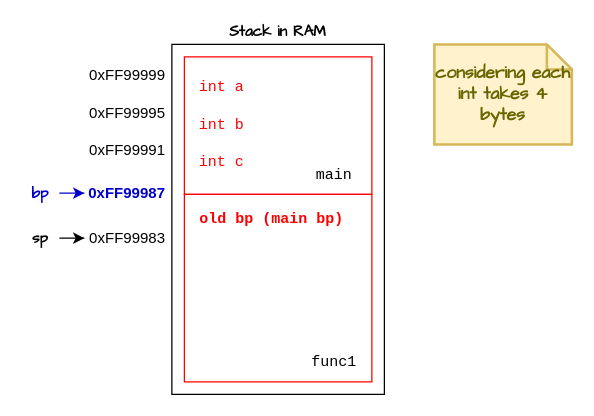
The draw.io diagram page "calling-fuctions-part3" (4 of 6) of operating-systems/images/the-stack.drawio in rochards/learning-cs, before the edit. Source tidied: cells renumbered, new cells numbered last; positions are measured from the earlier drawing's top-left corner, leaving out a move shared by most shapes. Both pictures are drawn from the tidied source at 125%, with x=0, y=0 at pixel (21, 44).
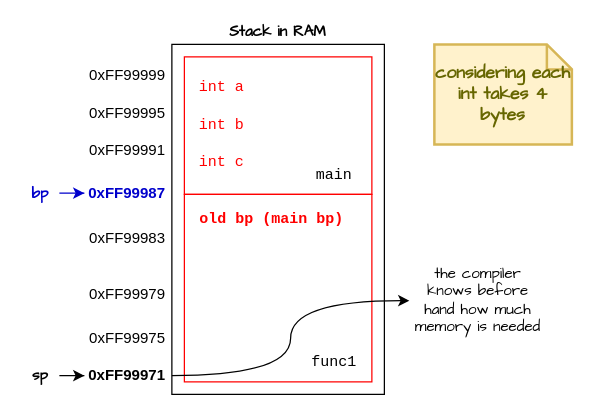
The same diagram, later.

The change refers to these unchanged cells:
```xml
<mxCell id="20" value="0xFF99983" style="text;html=1;align=right;verticalAlign=middle;whiteSpace=wrap;rounded=0;fontStyle=0;spacingRight=3;fontColor=#000000;" parent="1" vertex="1">
  <mxGeometry x="50" y="140" width="70" height="30" as="geometry" />
</mxCell>
```

Diff of the diagram source:
```diff
@@
-    <mxCell id="3" style="edgeStyle=orthogonalEdgeStyle;rounded=0;jettySize=auto;html=1;entryX=0;entryY=0.5;entryDx=0;entryDy=0;" parent="1" edge="1" source="4" target="20">
-      <mxGeometry relative="1" as="geometry" />
-    </mxCell>
-    <mxCell id="4" value="&lt;font face=&quot;Architects Daughter&quot;&gt;sp&lt;/font&gt;" style="text;html=1;align=center;verticalAlign=middle;whiteSpace=wrap;rounded=0;fontStyle=1;" parent="1" vertex="1">
-      <mxGeometry y="140" width="30" height="30" as="geometry" />
-    </mxCell>
@@
+    <mxCell id="21" value="0xFF99975" style="text;html=1;align=right;verticalAlign=middle;whiteSpace=wrap;rounded=0;fontStyle=0;spacingRight=3;" parent="1" vertex="1">
+      <mxGeometry x="50" y="220" width="70" height="30" as="geometry" />
+    </mxCell>
+    <mxCell id="22" style="edgeStyle=orthogonalEdgeStyle;rounded=0;jettySize=auto;html=1;entryX=0;entryY=0.5;entryDx=0;entryDy=0;" parent="1" edge="1" source="4" target="25">
+      <mxGeometry relative="1" as="geometry" />
+    </mxCell>
+    <mxCell id="4" value="&lt;font face=&quot;Architects Daughter&quot;&gt;sp&lt;/font&gt;" style="text;html=1;align=center;verticalAlign=middle;whiteSpace=wrap;rounded=0;fontStyle=1;" parent="1" vertex="1">
+      <mxGeometry y="250" width="30" height="30" as="geometry" />
+    </mxCell>
+    <mxCell id="23" value="0xFF99979" style="text;html=1;align=right;verticalAlign=middle;whiteSpace=wrap;rounded=0;fontStyle=0;spacingRight=3;fontColor=#000000;" parent="1" vertex="1">
+      <mxGeometry x="50" y="185" width="70" height="30" as="geometry" />
+    </mxCell>
+    <mxCell id="24" style="edgeStyle=orthogonalEdgeStyle;rounded=0;jettySize=auto;html=1;entryX=0;entryY=0.5;entryDx=0;entryDy=0;curved=1;" parent="1" edge="1" source="25" target="26">
+      <mxGeometry relative="1" as="geometry" />
+    </mxCell>
+    <mxCell id="25" value="0xFF99971" style="text;html=1;align=right;verticalAlign=middle;whiteSpace=wrap;rounded=0;fontStyle=1;spacingRight=3;" parent="1" vertex="1">
+      <mxGeometry x="50" y="250" width="70" height="30" as="geometry" />
+    </mxCell>
@@
+    <mxCell id="26" value="the compiler knows before hand how much memory is needed" style="text;html=1;align=center;verticalAlign=middle;whiteSpace=wrap;rounded=0;fontFamily=Architects Daughter;" parent="1" vertex="1">
+      <mxGeometry x="310" y="160" width="110" height="90" as="geometry" />
+    </mxCell>
```
